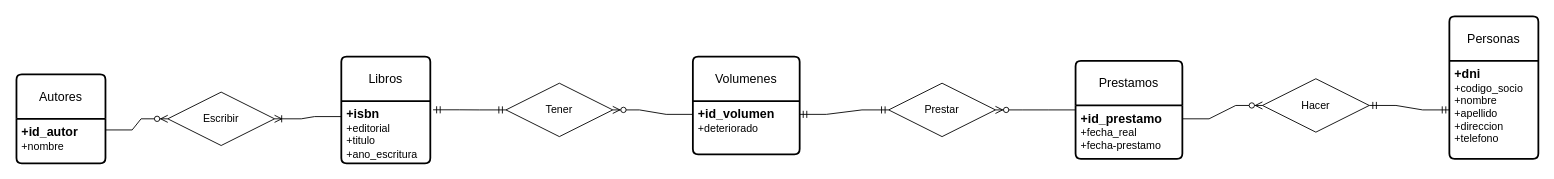
Before: ejercicio1.drawio in AsierGArranz/aga-sru-sa-t-UD12DiagramaER-11102023, a draw.io diagram. Source tidied: cells renumbered, new cells numbered last; positions are measured from the earlier drawing's top-left corner, leaving out a move shared by most shapes. Both pictures are drawn from the tidied source at 89%, with x=0, y=0 at pixel (16, 16).
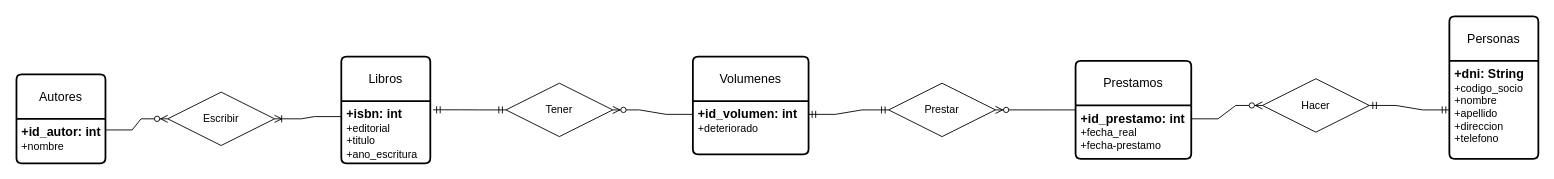
The same page after the edit.

Unchanged cells that the change refers to:
```xml
<mxCell id="2" value="Autores" style="swimlane;horizontal=1;startSize=50;rounded=1;fontSize=14;fontStyle=0;strokeWidth=2;shadow=0;dashed=0;align=center;arcSize=4;whiteSpace=wrap;html=1;" parent="1" vertex="1">
  <mxGeometry y="65" width="100" height="100" as="geometry" />
</mxCell>
<mxCell id="5" value="Libros" style="swimlane;horizontal=1;startSize=50;rounded=1;fontSize=14;fontStyle=0;strokeWidth=2;shadow=0;dashed=0;align=center;arcSize=4;whiteSpace=wrap;html=1;" parent="1" vertex="1">
  <mxGeometry x="365" y="45" width="100" height="120" as="geometry" />
</mxCell>
<mxCell id="14" value="Personas" style="swimlane;horizontal=1;startSize=50;rounded=1;fontSize=14;fontStyle=0;strokeWidth=2;shadow=0;dashed=0;align=center;arcSize=4;whiteSpace=wrap;html=1;" parent="1" vertex="1">
  <mxGeometry x="1610" width="100" height="160" as="geometry" />
</mxCell>
```

What changed in the source:
```diff
@@
-    <mxCell id="3" value="&lt;b&gt;&lt;font style=&quot;font-size: 14px;&quot;&gt;+id_autor&lt;/font&gt;&lt;/b&gt;&lt;br&gt;+nombre" style="align=left;strokeColor=none;fillColor=none;spacingLeft=4;fontSize=12;verticalAlign=top;html=1;" parent="2" vertex="1">
+    <mxCell id="3" value="&lt;b&gt;&lt;font style=&quot;font-size: 14px;&quot;&gt;+id_autor: int&lt;/font&gt;&lt;/b&gt;&lt;br&gt;+nombre" style="align=left;strokeColor=none;fillColor=none;spacingLeft=4;fontSize=12;verticalAlign=top;html=1;" parent="2" vertex="1">
       <mxGeometry y="50" width="100" height="50" as="geometry" />
     </mxCell>
@@
-    <mxCell id="6" value="&lt;font style=&quot;font-size: 14px;&quot;&gt;&lt;b&gt;+isbn&lt;/b&gt;&lt;/font&gt;&lt;br&gt;+editorial&lt;br&gt;+titulo&lt;br&gt;+ano_escritura" style="align=left;strokeColor=none;fillColor=none;spacingLeft=4;fontSize=12;verticalAlign=top;html=1;" parent="5" vertex="1">
+    <mxCell id="6" value="&lt;font style=&quot;font-size: 14px;&quot;&gt;&lt;b&gt;+isbn: int&lt;/b&gt;&lt;/font&gt;&lt;br&gt;+editorial&lt;br&gt;+titulo&lt;br&gt;+ano_escritura" style="align=left;strokeColor=none;fillColor=none;spacingLeft=4;fontSize=12;verticalAlign=top;html=1;" parent="5" vertex="1">
       <mxGeometry y="50" width="100" height="70" as="geometry" />
     </mxCell>
@@
     <mxCell id="8" value="Volumenes" style="swimlane;horizontal=1;startSize=50;rounded=1;fontSize=14;fontStyle=0;strokeWidth=2;shadow=0;dashed=0;align=center;arcSize=4;whiteSpace=wrap;html=1;" parent="1" vertex="1">
-      <mxGeometry x="760" y="45" width="120" height="110" as="geometry" />
+      <mxGeometry x="760" y="45" width="130" height="110" as="geometry" />
     </mxCell>
-    <mxCell id="9" value="&lt;font style=&quot;font-size: 14px;&quot;&gt;&lt;b&gt;+id_volumen&lt;/b&gt;&lt;/font&gt;&lt;br&gt;+deteriorado" style="align=left;strokeColor=none;fillColor=none;spacingLeft=4;fontSize=12;verticalAlign=top;html=1;" parent="8" vertex="1">
-      <mxGeometry y="50" width="120" height="60" as="geometry" />
+    <mxCell id="9" value="&lt;font style=&quot;font-size: 14px;&quot;&gt;&lt;b&gt;+id_volumen: int&lt;/b&gt;&lt;/font&gt;&lt;br&gt;+deteriorado" style="align=left;strokeColor=none;fillColor=none;spacingLeft=4;fontSize=12;verticalAlign=top;html=1;" parent="8" vertex="1">
+      <mxGeometry y="50" width="130" height="60" as="geometry" />
     </mxCell>
@@
     <mxCell id="11" value="Prestamos" style="swimlane;horizontal=1;startSize=50;rounded=1;fontSize=14;fontStyle=0;strokeWidth=2;shadow=0;dashed=0;align=center;arcSize=4;whiteSpace=wrap;html=1;" parent="1" vertex="1">
-      <mxGeometry x="1190" y="50" width="120" height="110" as="geometry" />
+      <mxGeometry x="1190" y="50" width="130" height="110" as="geometry" />
     </mxCell>
-    <mxCell id="12" value="&lt;font style=&quot;font-size: 14px;&quot;&gt;&lt;b&gt;+id_prestamo&lt;/b&gt;&lt;/font&gt;&lt;br&gt;+fecha_real&lt;br&gt;+fecha-prestamo" style="align=left;strokeColor=none;fillColor=none;spacingLeft=4;fontSize=12;verticalAlign=top;html=1;" parent="11" vertex="1">
-      <mxGeometry y="50" width="120" height="60" as="geometry" />
+    <mxCell id="12" value="&lt;font style=&quot;font-size: 14px;&quot;&gt;&lt;b&gt;+id_prestamo: int&lt;/b&gt;&lt;/font&gt;&lt;br&gt;+fecha_real&lt;br&gt;+fecha-prestamo" style="align=left;strokeColor=none;fillColor=none;spacingLeft=4;fontSize=12;verticalAlign=top;html=1;" parent="11" vertex="1">
+      <mxGeometry y="50" width="130" height="60" as="geometry" />
     </mxCell>
@@
-    <mxCell id="15" value="&lt;font style=&quot;font-size: 14px;&quot;&gt;&lt;b&gt;+dni&lt;br&gt;&lt;/b&gt;&lt;/font&gt;+codigo_socio&lt;br&gt;+nombre&lt;br&gt;+apellido&lt;br&gt;+direccion&lt;br&gt;+telefono" style="align=left;strokeColor=none;fillColor=none;spacingLeft=4;fontSize=12;verticalAlign=top;html=1;" parent="14" vertex="1">
+    <mxCell id="15" value="&lt;font style=&quot;font-size: 14px;&quot;&gt;&lt;b&gt;+dni: String&lt;br&gt;&lt;/b&gt;&lt;/font&gt;+codigo_socio&lt;br&gt;+nombre&lt;br&gt;+apellido&lt;br&gt;+direccion&lt;br&gt;+telefono" style="align=left;strokeColor=none;fillColor=none;spacingLeft=4;fontSize=12;verticalAlign=top;html=1;" parent="14" vertex="1">
       <mxGeometry y="50" width="100" height="110" as="geometry" />
     </mxCell>
```
